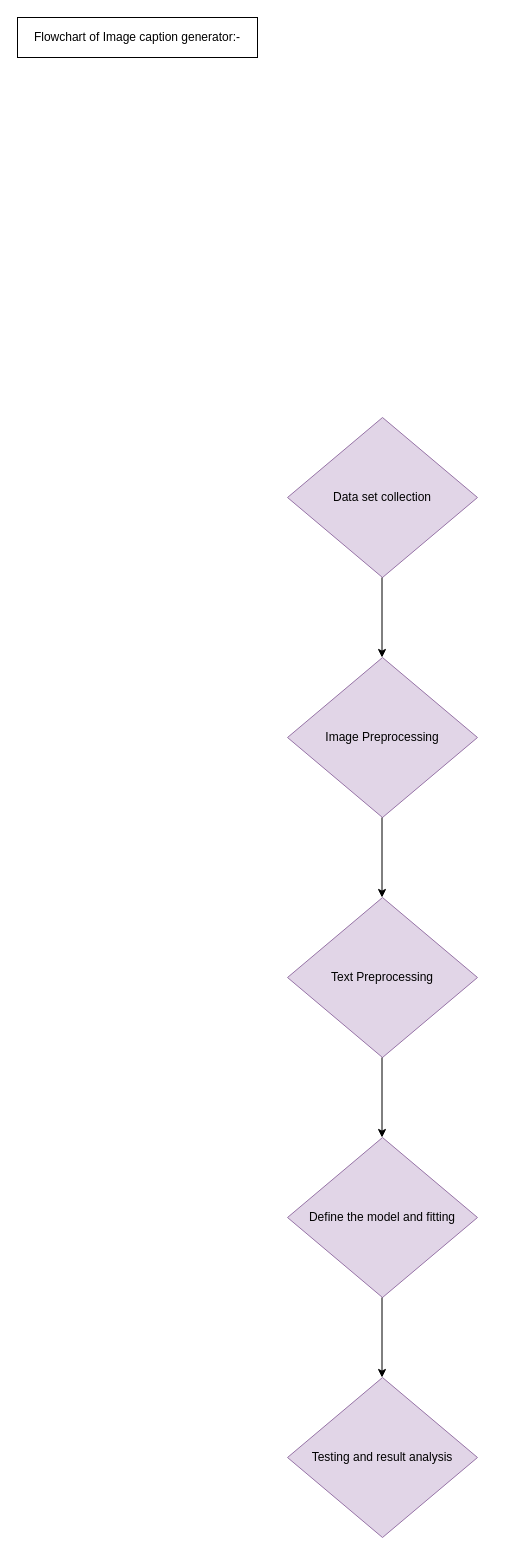
Before: Flowchart2.drawio in Kp270705/ML-Drawings, a draw.io diagram. Source tidied: cells renumbered, new cells numbered last; positions are measured from the earlier drawing's top-left corner, leaving out a move shared by most shapes. Both pictures are drawn from the tidied source at 100%, with x=0, y=0 at pixel (17, 17).
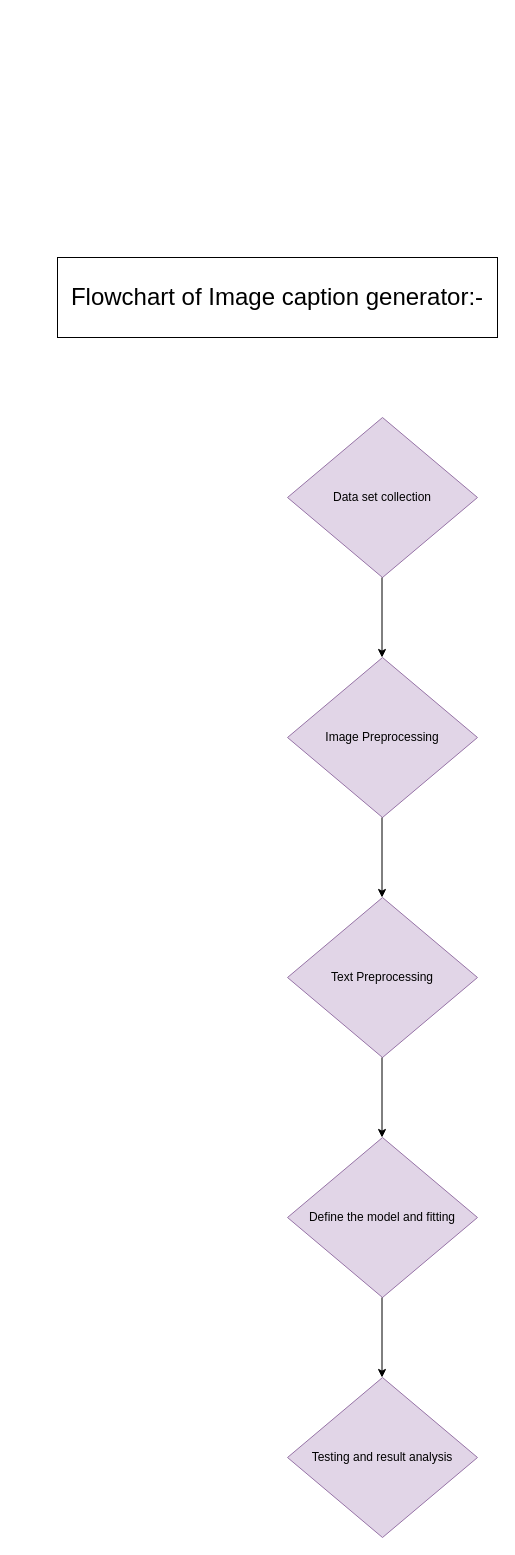
Above is the later version.

The edit, as a diff of the source:
```diff
@@
 <mxGraphModel>
   <root>
     <mxCell id="0" />
     <mxCell id="1" parent="0" />
     <mxCell id="2" value="Image Preprocessing" style="rhombus;whiteSpace=wrap;html=1;fillColor=#e1d5e7;strokeColor=#9673a6;" parent="1" vertex="1">
       <mxGeometry x="270" y="640" width="190" height="160" as="geometry" />
     </mxCell>
     <mxCell id="3" value="Text Preprocessing" style="rhombus;whiteSpace=wrap;html=1;fillColor=#e1d5e7;strokeColor=#9673a6;" parent="1" vertex="1">
       <mxGeometry x="270" y="880" width="190" height="160" as="geometry" />
     </mxCell>
     <mxCell id="4" value="Data set collection" style="rhombus;whiteSpace=wrap;html=1;fillColor=#e1d5e7;strokeColor=#9673a6;" parent="1" vertex="1">
       <mxGeometry x="270" y="400" width="190" height="160" as="geometry" />
     </mxCell>
     <mxCell id="5" value="Define the model and fitting" style="rhombus;whiteSpace=wrap;html=1;fillColor=#e1d5e7;strokeColor=#9673a6;" parent="1" vertex="1">
       <mxGeometry x="270" y="1120" width="190" height="160" as="geometry" />
     </mxCell>
     <mxCell id="6" value="Testing and result analysis" style="rhombus;whiteSpace=wrap;html=1;fillColor=#e1d5e7;strokeColor=#9673a6;" parent="1" vertex="1">
       <mxGeometry x="270" y="1360" width="190" height="160" as="geometry" />
     </mxCell>
     <mxCell id="7" style="endArrow=classic;html=1;rounded=0;" parent="1" edge="1">
       <mxGeometry relative="1" as="geometry">
         <mxPoint x="364.5" y="800" as="sourcePoint" />
         <mxPoint x="364.5" y="880" as="targetPoint" />
       </mxGeometry>
     </mxCell>
     <mxCell id="8" style="endArrow=classic;html=1;rounded=0;" parent="1" edge="1">
       <mxGeometry relative="1" as="geometry">
         <mxPoint x="364.5" y="1280" as="sourcePoint" />
         <mxPoint x="364.5" y="1360" as="targetPoint" />
       </mxGeometry>
     </mxCell>
     <mxCell id="9" style="endArrow=classic;html=1;rounded=0;" parent="1" edge="1">
       <mxGeometry relative="1" as="geometry">
         <mxPoint x="364.5" y="1040" as="sourcePoint" />
         <mxPoint x="364.5" y="1120" as="targetPoint" />
       </mxGeometry>
     </mxCell>
     <mxCell id="10" style="endArrow=classic;html=1;rounded=0;" parent="1" edge="1">
       <mxGeometry relative="1" as="geometry">
         <mxPoint x="364.5" y="560" as="sourcePoint" />
         <mxPoint x="364.5" y="640" as="targetPoint" />
       </mxGeometry>
     </mxCell>
-    <mxCell id="11" value="Flowchart of Image caption generator:- " style="rounded=0;whiteSpace=wrap;html=1;" parent="1" vertex="1">
-      <mxGeometry width="240" height="40" as="geometry" />
+    <mxCell id="11" value="&lt;font style=&quot;font-size: 24px;&quot;&gt;Flowchart of Image caption generator:- &lt;/font&gt;" style="rounded=0;whiteSpace=wrap;html=1;" parent="1" vertex="1">
+      <mxGeometry x="40" y="240" width="440" height="80" as="geometry" />
     </mxCell>
   </root>
 </mxGraphModel>
```
